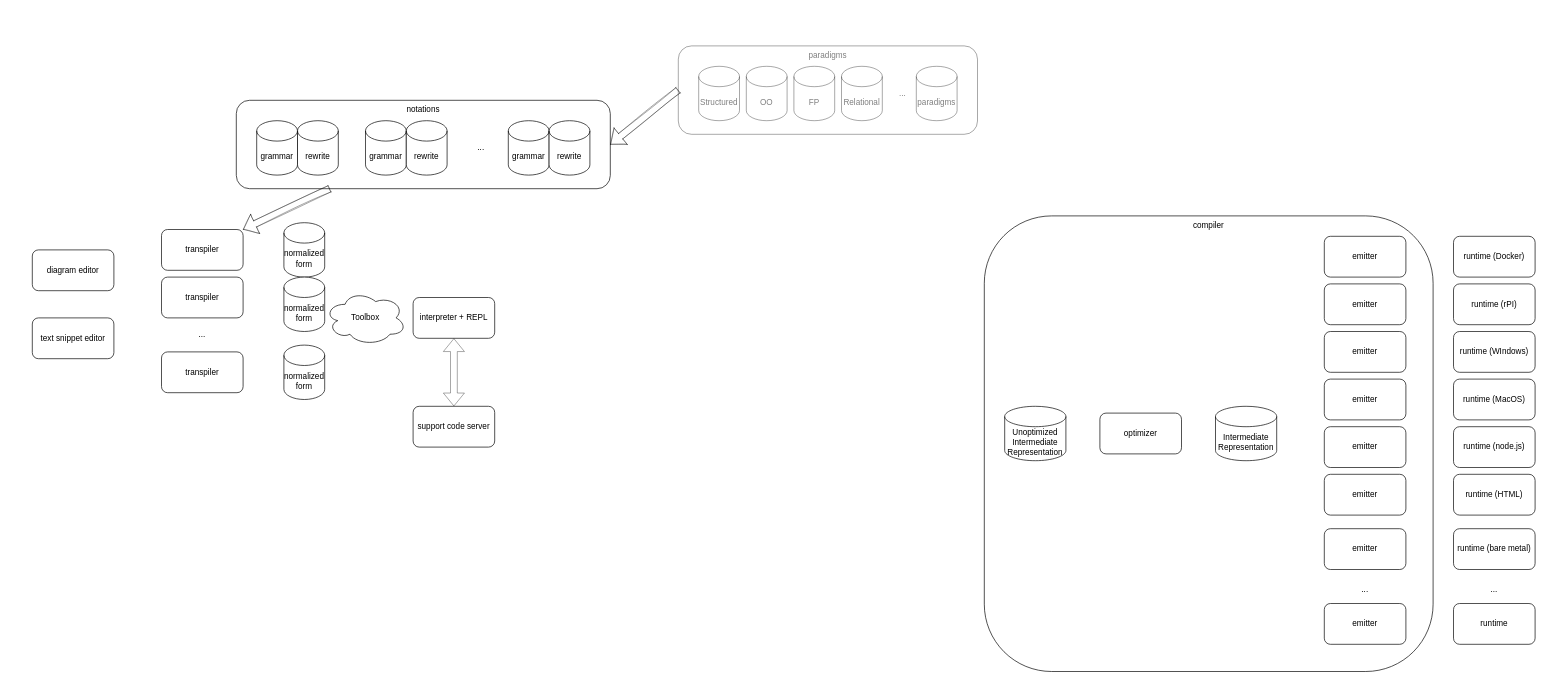
This is page "Page-1" (1 of 2) of PE.drawio from guitarvydas/wheelreinvention, a draw.io file, before an edit. Source tidied: cells renumbered, new cells numbered last; positions are measured from the earlier drawing's top-left corner, leaving out a move shared by most shapes. Both pictures are drawn from the tidied source at 68%, with x=0, y=0 at pixel (32, 46).
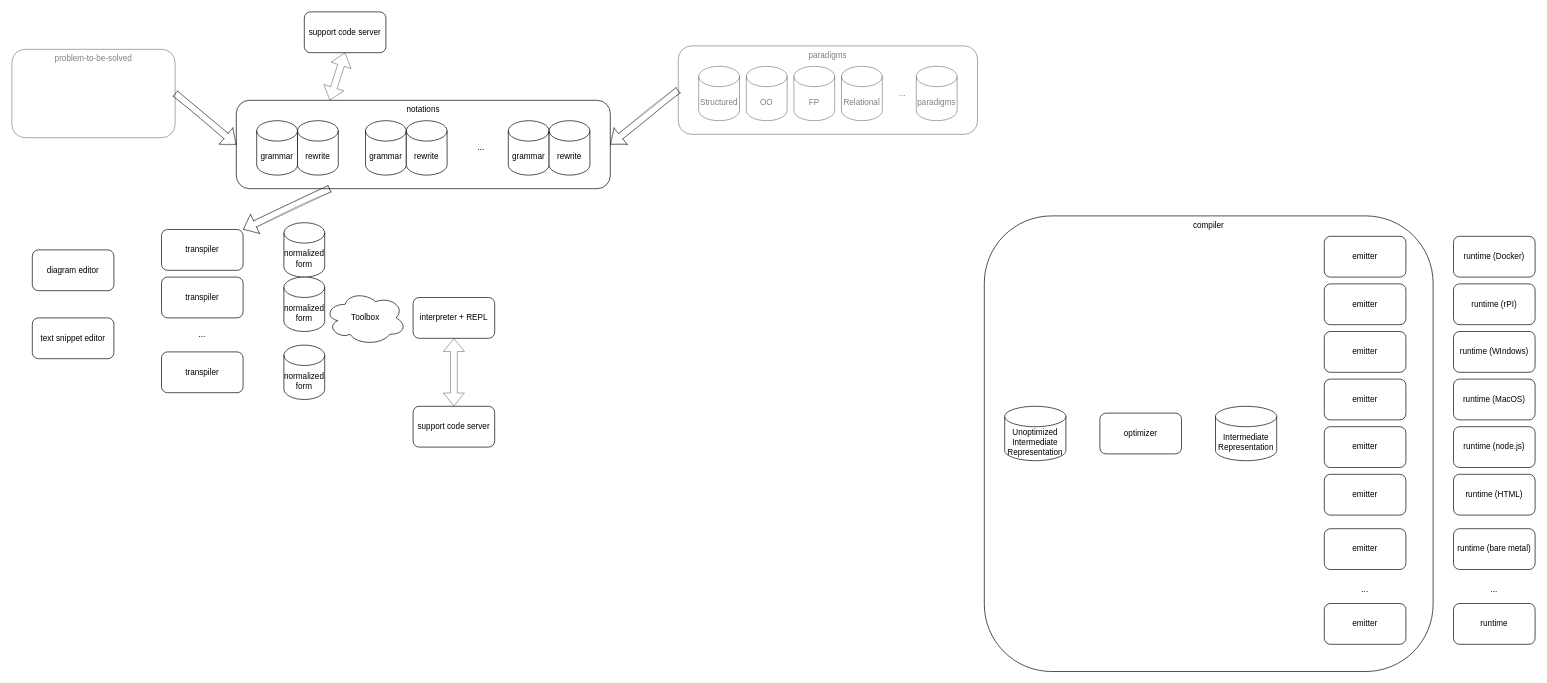
Above is the later version.

Unchanged cells that the change refers to:
```xml
<mxCell id="2" value="notations" style="rounded=1;whiteSpace=wrap;html=1;verticalAlign=top;" parent="1" vertex="1">
  <mxGeometry x="300" y="80" width="550" height="130" as="geometry" />
</mxCell>
```

Change to the diagram source:
```diff
@@
+    <mxCell id="54" value="problem-to-be-solved" style="rounded=1;whiteSpace=wrap;html=1;verticalAlign=top;opacity=50;textOpacity=50;" parent="1" vertex="1">
+      <mxGeometry x="-30" y="5" width="240" height="130" as="geometry" />
+    </mxCell>
+    <mxCell id="55" style="shape=flexArrow;endArrow=classic;html=1;entryX=0;entryY=0.5;entryDx=0;entryDy=0;exitX=1;exitY=0.5;exitDx=0;exitDy=0;sketch=1;rounded=0;opacity=50;" parent="1" edge="1" source="54" target="2">
+      <mxGeometry relative="1" as="geometry" />
+    </mxCell>
+    <mxCell id="56" value="support code server" style="rounded=1;whiteSpace=wrap;html=1;" parent="1" vertex="1">
+      <mxGeometry x="400" y="-50" width="120" height="60" as="geometry" />
+    </mxCell>
+    <mxCell id="57" style="shape=flexArrow;endArrow=classic;startArrow=classic;html=1;opacity=50;entryX=0.5;entryY=1;entryDx=0;entryDy=0;exitX=0.25;exitY=0;exitDx=0;exitDy=0;" parent="1" edge="1" source="2" target="56">
+      <mxGeometry relative="1" as="geometry" />
+    </mxCell>
```
